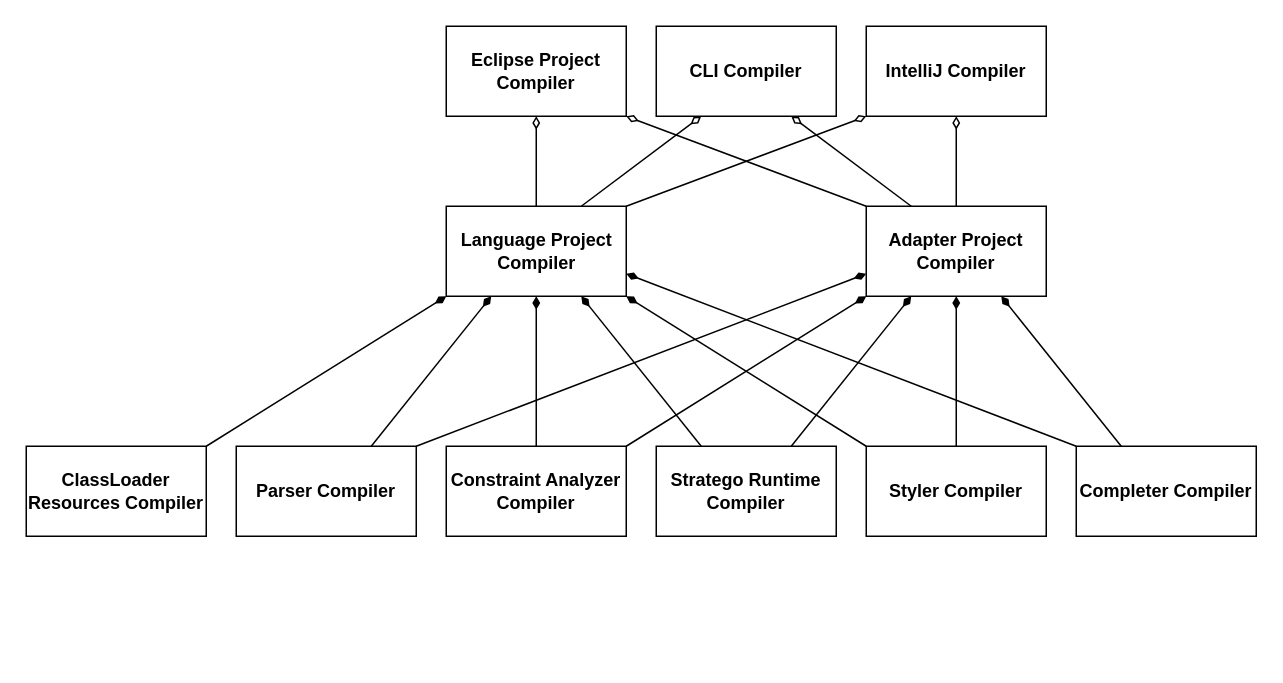
The draw.io diagram page "Compiler Architecture" (6 of 6) of Spoofax3 Diagrams.drawio in AZWN/Spoofax-pie-diagrams, before the edit. Source tidied: cells renumbered, new cells numbered last; positions are measured from the earlier drawing's top-left corner, leaving out a move shared by most shapes. Both pictures are drawn from the tidied source at 150%, with x=0, y=0 at pixel (26, 26).
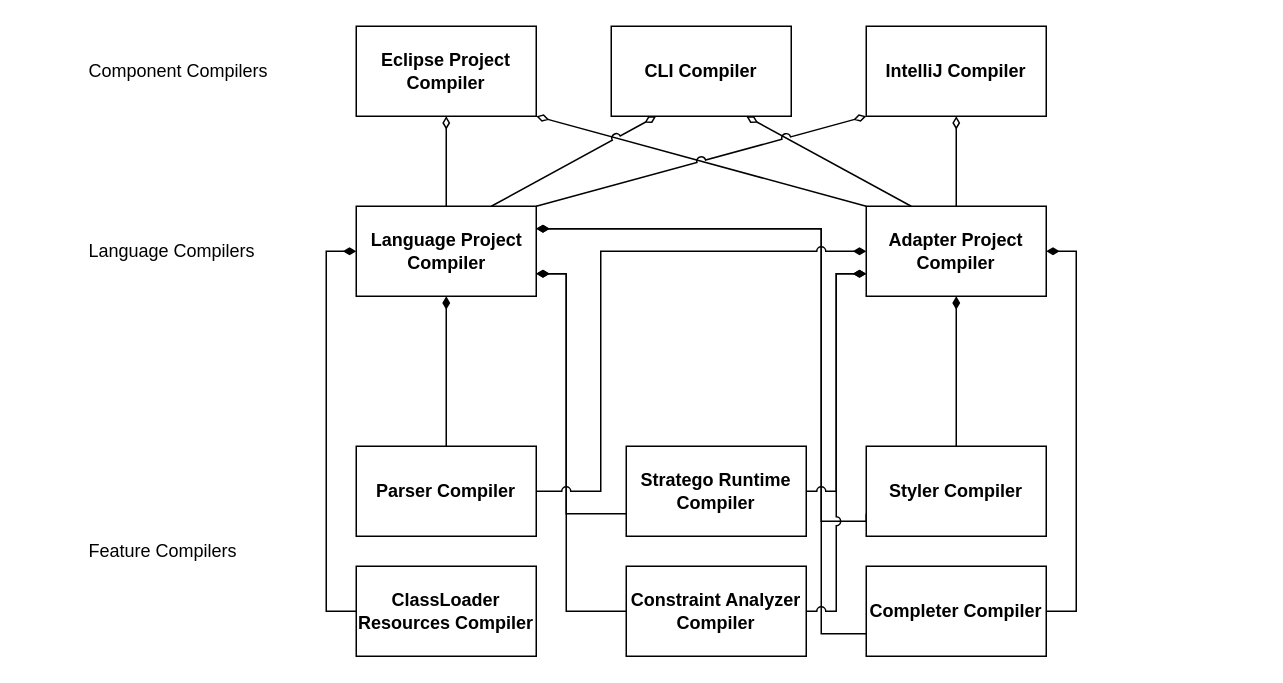
The same page after the edit.

Commit message:
Add compilers diagram

Unchanged cells that the change refers to:
```xml
<mxCell id="5" value="&lt;b&gt;Adapter Project Compiler&lt;/b&gt;" style="rounded=0;whiteSpace=wrap;html=1;" parent="1" vertex="1">
  <mxGeometry x="560" y="120" width="120" height="60" as="geometry" />
</mxCell>
<mxCell id="8" value="&lt;b&gt;Styler Compiler&lt;/b&gt;" style="rounded=0;whiteSpace=wrap;html=1;" parent="1" vertex="1">
  <mxGeometry x="560" y="280" width="120" height="60" as="geometry" />
</mxCell>
<mxCell id="29" value="&lt;b&gt;IntelliJ Compiler&lt;br&gt;&lt;/b&gt;" style="rounded=0;whiteSpace=wrap;html=1;" parent="1" vertex="1">
  <mxGeometry x="560" width="120" height="60" as="geometry" />
</mxCell>
```

What changed in the source:
```diff
@@
+    <mxCell id="13" style="edgeStyle=orthogonalEdgeStyle;rounded=0;jumpStyle=arc;jettySize=auto;html=1;exitX=0;exitY=0.75;exitDx=0;exitDy=0;entryX=1;entryY=0.25;entryDx=0;entryDy=0;endArrow=diamondThin;endFill=1;" parent="1" edge="1" source="14" target="24">
+      <mxGeometry relative="1" as="geometry">
+        <Array as="points">
+          <mxPoint x="530" y="405" />
+          <mxPoint x="530" y="135" />
+        </Array>
+      </mxGeometry>
+    </mxCell>
+    <mxCell id="7" style="edgeStyle=orthogonalEdgeStyle;rounded=0;jumpStyle=arc;jettySize=auto;html=1;exitX=0;exitY=0.75;exitDx=0;exitDy=0;entryX=1;entryY=0.25;entryDx=0;entryDy=0;endArrow=diamondThin;endFill=1;" parent="1" edge="1" source="8" target="24">
+      <mxGeometry relative="1" as="geometry">
+        <Array as="points">
+          <mxPoint x="560" y="330" />
+          <mxPoint x="530" y="330" />
+          <mxPoint x="530" y="135" />
+        </Array>
+      </mxGeometry>
+    </mxCell>
@@
-    <mxCell id="4" style="edgeStyle=none;rounded=0;jumpStyle=none;jettySize=auto;html=1;exitX=0;exitY=0;exitDx=0;exitDy=0;entryX=1;entryY=1;entryDx=0;entryDy=0;endArrow=diamondThin;endFill=0;" parent="1" edge="1" source="5" target="28">
+    <mxCell id="4" style="edgeStyle=none;rounded=0;jumpStyle=gap;jettySize=auto;html=1;exitX=0;exitY=0;exitDx=0;exitDy=0;entryX=1;entryY=1;entryDx=0;entryDy=0;endArrow=diamondThin;endFill=0;" parent="1" edge="1" source="5" target="28">
       <mxGeometry relative="1" as="geometry" />
     </mxCell>
@@
-    <mxCell id="6" style="rounded=0;jettySize=auto;html=1;exitX=0.5;exitY=0;exitDx=0;exitDy=0;entryX=0.5;entryY=1;entryDx=0;entryDy=0;endArrow=diamondThin;endFill=1;" parent="1" edge="1" source="8" target="5">
+    <mxCell id="6" style="edgeStyle=orthogonalEdgeStyle;rounded=0;jumpStyle=none;jettySize=auto;html=1;exitX=0.5;exitY=0;exitDx=0;exitDy=0;entryX=0.5;entryY=1;entryDx=0;entryDy=0;endArrow=diamondThin;endFill=1;" parent="1" edge="1" source="8" target="5">
       <mxGeometry relative="1" as="geometry" />
     </mxCell>
-    <mxCell id="7" style="edgeStyle=none;rounded=0;jettySize=auto;html=1;exitX=0;exitY=0;exitDx=0;exitDy=0;endArrow=diamondThin;endFill=1;entryX=1;entryY=1;entryDx=0;entryDy=0;" parent="1" edge="1" source="8" target="24">
-      <mxGeometry relative="1" as="geometry" />
-    </mxCell>
@@
-    <mxCell id="9" style="rounded=0;jettySize=auto;html=1;exitX=0.75;exitY=0;exitDx=0;exitDy=0;entryX=0.25;entryY=1;entryDx=0;entryDy=0;endArrow=diamondThin;endFill=1;" parent="1" edge="1" source="11" target="5">
+    <mxCell id="9" style="edgeStyle=orthogonalEdgeStyle;rounded=0;jumpStyle=arc;jettySize=auto;html=1;exitX=1;exitY=0.5;exitDx=0;exitDy=0;entryX=0;entryY=0.75;entryDx=0;entryDy=0;endArrow=diamondThin;endFill=1;" parent="1" edge="1" source="11" target="5">
       <mxGeometry relative="1" as="geometry" />
     </mxCell>
-    <mxCell id="10" style="edgeStyle=none;rounded=0;jettySize=auto;html=1;exitX=0.25;exitY=0;exitDx=0;exitDy=0;entryX=0.75;entryY=1;entryDx=0;entryDy=0;endArrow=diamondThin;endFill=1;" parent="1" edge="1" source="11" target="24">
-      <mxGeometry relative="1" as="geometry" />
+    <mxCell id="10" style="edgeStyle=orthogonalEdgeStyle;rounded=0;jumpStyle=arc;jettySize=auto;html=1;exitX=0;exitY=0.75;exitDx=0;exitDy=0;entryX=1;entryY=0.75;entryDx=0;entryDy=0;endArrow=diamondThin;endFill=1;" parent="1" edge="1" source="11" target="24">
+      <mxGeometry relative="1" as="geometry">
+        <Array as="points">
+          <mxPoint x="360" y="325" />
+          <mxPoint x="360" y="165" />
+        </Array>
+      </mxGeometry>
     </mxCell>
     <mxCell id="11" value="&lt;b&gt;Stratego Runtime Compiler&lt;/b&gt;" style="rounded=0;whiteSpace=wrap;html=1;" parent="1" vertex="1">
-      <mxGeometry x="420" y="280" width="120" height="60" as="geometry" />
+      <mxGeometry x="400" y="280" width="120" height="60" as="geometry" />
     </mxCell>
-    <mxCell id="12" style="rounded=0;jettySize=auto;html=1;exitX=0.25;exitY=0;exitDx=0;exitDy=0;entryX=0.75;entryY=1;entryDx=0;entryDy=0;endArrow=diamondThin;endFill=1;" parent="1" edge="1" source="14" target="5">
+    <mxCell id="12" style="edgeStyle=orthogonalEdgeStyle;rounded=0;jumpStyle=none;jettySize=auto;html=1;exitX=1;exitY=0.5;exitDx=0;exitDy=0;entryX=1;entryY=0.5;entryDx=0;entryDy=0;endArrow=diamondThin;endFill=1;" parent="1" edge="1" source="14" target="5">
       <mxGeometry relative="1" as="geometry" />
     </mxCell>
-    <mxCell id="13" style="edgeStyle=none;rounded=0;jettySize=auto;html=1;exitX=0;exitY=0;exitDx=0;exitDy=0;entryX=1;entryY=0.75;entryDx=0;entryDy=0;endArrow=diamondThin;endFill=1;" parent="1" edge="1" source="14" target="24">
-      <mxGeometry relative="1" as="geometry" />
-    </mxCell>
     <mxCell id="14" value="&lt;b&gt;Completer Compiler&lt;/b&gt;" style="rounded=0;whiteSpace=wrap;html=1;" parent="1" vertex="1">
-      <mxGeometry x="700" y="280" width="120" height="60" as="geometry" />
+      <mxGeometry x="560" y="360" width="120" height="60" as="geometry" />
     </mxCell>
-    <mxCell id="15" style="rounded=0;jettySize=auto;html=1;exitX=1;exitY=0;exitDx=0;exitDy=0;entryX=0;entryY=1;entryDx=0;entryDy=0;endArrow=diamondThin;endFill=1;" parent="1" edge="1" source="17" target="5">
+    <mxCell id="15" style="edgeStyle=orthogonalEdgeStyle;rounded=0;jumpStyle=arc;jettySize=auto;html=1;exitX=1;exitY=0.5;exitDx=0;exitDy=0;entryX=0;entryY=0.75;entryDx=0;entryDy=0;endArrow=diamondThin;endFill=1;" parent="1" edge="1" source="17" target="5">
       <mxGeometry relative="1" as="geometry" />
     </mxCell>
-    <mxCell id="16" style="edgeStyle=none;rounded=0;jettySize=auto;html=1;exitX=0.5;exitY=0;exitDx=0;exitDy=0;entryX=0.5;entryY=1;entryDx=0;entryDy=0;endArrow=diamondThin;endFill=1;jumpStyle=gap;" parent="1" edge="1" source="17" target="24">
-      <mxGeometry relative="1" as="geometry" />
+    <mxCell id="16" style="edgeStyle=orthogonalEdgeStyle;rounded=0;jumpStyle=none;jettySize=auto;html=1;exitX=0;exitY=0.5;exitDx=0;exitDy=0;entryX=1;entryY=0.75;entryDx=0;entryDy=0;endArrow=diamondThin;endFill=1;" parent="1" edge="1" source="17" target="24">
+      <mxGeometry relative="1" as="geometry">
+        <Array as="points">
+          <mxPoint x="360" y="390" />
+          <mxPoint x="360" y="165" />
+        </Array>
+      </mxGeometry>
     </mxCell>
     <mxCell id="17" value="&lt;b&gt;Constraint Analyzer Compiler&lt;/b&gt;" style="rounded=0;whiteSpace=wrap;html=1;" parent="1" vertex="1">
-      <mxGeometry x="280" y="280" width="120" height="60" as="geometry" />
+      <mxGeometry x="400" y="360" width="120" height="60" as="geometry" />
     </mxCell>
-    <mxCell id="18" style="rounded=0;jettySize=auto;html=1;exitX=1;exitY=0;exitDx=0;exitDy=0;entryX=0;entryY=0.75;entryDx=0;entryDy=0;endArrow=diamondThin;endFill=1;" parent="1" edge="1" source="20" target="5">
-      <mxGeometry relative="1" as="geometry" />
+    <mxCell id="18" style="edgeStyle=orthogonalEdgeStyle;rounded=0;jumpStyle=arc;jettySize=auto;html=1;exitX=1;exitY=0.5;exitDx=0;exitDy=0;entryX=0;entryY=0.5;entryDx=0;entryDy=0;endArrow=diamondThin;endFill=1;" parent="1" edge="1" source="20" target="5">
+      <mxGeometry relative="1" as="geometry">
+        <Array as="points">
+          <mxPoint x="383" y="310" />
+          <mxPoint x="383" y="150" />
+        </Array>
+      </mxGeometry>
     </mxCell>
-    <mxCell id="19" style="edgeStyle=none;rounded=0;jettySize=auto;html=1;exitX=0.75;exitY=0;exitDx=0;exitDy=0;entryX=0.25;entryY=1;entryDx=0;entryDy=0;endArrow=diamondThin;endFill=1;" parent="1" edge="1" source="20" target="24">
+    <mxCell id="19" style="edgeStyle=orthogonalEdgeStyle;rounded=0;jumpStyle=none;jettySize=auto;html=1;exitX=0.5;exitY=0;exitDx=0;exitDy=0;entryX=0.5;entryY=1;entryDx=0;entryDy=0;endArrow=diamondThin;endFill=1;" parent="1" edge="1" source="20" target="24">
       <mxGeometry relative="1" as="geometry" />
     </mxCell>
     <mxCell id="20" value="&lt;div&gt;&lt;b&gt;Parser Compiler&lt;/b&gt;&lt;/div&gt;" style="rounded=0;whiteSpace=wrap;html=1;" parent="1" vertex="1">
-      <mxGeometry x="140" y="280" width="120" height="60" as="geometry" />
+      <mxGeometry x="220" y="280" width="120" height="60" as="geometry" />
     </mxCell>
@@
-    <mxCell id="22" style="edgeStyle=none;rounded=0;jumpStyle=none;jettySize=auto;html=1;exitX=0.75;exitY=0;exitDx=0;exitDy=0;entryX=0.25;entryY=1;entryDx=0;entryDy=0;endArrow=diamondThin;endFill=0;" parent="1" edge="1" source="24" target="27">
+    <mxCell id="22" style="edgeStyle=none;rounded=0;jumpStyle=arc;jettySize=auto;html=1;exitX=0.75;exitY=0;exitDx=0;exitDy=0;entryX=0.25;entryY=1;entryDx=0;entryDy=0;endArrow=diamondThin;endFill=0;" parent="1" edge="1" source="24" target="27">
       <mxGeometry relative="1" as="geometry" />
     </mxCell>
-    <mxCell id="23" style="edgeStyle=none;rounded=0;jumpStyle=none;jettySize=auto;html=1;exitX=1;exitY=0;exitDx=0;exitDy=0;entryX=0;entryY=1;entryDx=0;entryDy=0;endArrow=diamondThin;endFill=0;" parent="1" edge="1" source="24" target="29">
+    <mxCell id="23" style="edgeStyle=none;rounded=0;jumpStyle=arc;jettySize=auto;html=1;exitX=1;exitY=0;exitDx=0;exitDy=0;entryX=0;entryY=1;entryDx=0;entryDy=0;endArrow=diamondThin;endFill=0;" parent="1" edge="1" source="24" target="29">
       <mxGeometry relative="1" as="geometry" />
     </mxCell>
     <mxCell id="24" value="&lt;b&gt;Language Project&lt;/b&gt;&lt;b&gt;&lt;br&gt;Compiler&lt;/b&gt;" style="html=1;" parent="1" vertex="1">
-      <mxGeometry x="280" y="120" width="120" height="60" as="geometry" />
+      <mxGeometry x="220" y="120" width="120" height="60" as="geometry" />
     </mxCell>
-    <mxCell id="25" style="edgeStyle=none;rounded=0;jumpStyle=gap;jettySize=auto;html=1;exitX=1;exitY=0;exitDx=0;exitDy=0;entryX=0;entryY=1;entryDx=0;entryDy=0;endArrow=diamondThin;endFill=1;" parent="1" edge="1" source="26" target="24">
+    <mxCell id="25" style="edgeStyle=orthogonalEdgeStyle;rounded=0;jumpStyle=none;jettySize=auto;html=1;exitX=0;exitY=0.5;exitDx=0;exitDy=0;entryX=0;entryY=0.5;entryDx=0;entryDy=0;endArrow=diamondThin;endFill=1;" parent="1" edge="1" source="26" target="24">
       <mxGeometry relative="1" as="geometry" />
     </mxCell>
     <mxCell id="26" value="&lt;b&gt;ClassLoader Resources Compiler&lt;br&gt;&lt;/b&gt;" style="rounded=0;whiteSpace=wrap;html=1;" parent="1" vertex="1">
-      <mxGeometry y="280" width="120" height="60" as="geometry" />
+      <mxGeometry x="220" y="360" width="120" height="60" as="geometry" />
     </mxCell>
     <mxCell id="27" value="CLI Compiler" style="rounded=0;whiteSpace=wrap;html=1;fontStyle=1;" parent="1" vertex="1">
-      <mxGeometry x="420" width="120" height="60" as="geometry" />
+      <mxGeometry x="390" width="120" height="60" as="geometry" />
     </mxCell>
     <mxCell id="28" value="&lt;b&gt;Eclipse Project Compiler&lt;br&gt;&lt;/b&gt;" style="rounded=0;whiteSpace=wrap;html=1;" parent="1" vertex="1">
-      <mxGeometry x="280" width="120" height="60" as="geometry" />
+      <mxGeometry x="220" width="120" height="60" as="geometry" />
     </mxCell>
@@
+    <mxCell id="30" value="&lt;div align=&quot;left&quot;&gt;Component Compilers&lt;/div&gt;" style="text;html=1;strokeColor=none;fillColor=none;align=left;verticalAlign=middle;whiteSpace=wrap;rounded=0;" parent="1" vertex="1">
+      <mxGeometry x="40" y="20" width="130" height="20" as="geometry" />
+    </mxCell>
+    <mxCell id="31" value="&lt;div align=&quot;left&quot;&gt;Language Compilers&lt;/div&gt;" style="text;html=1;strokeColor=none;fillColor=none;align=left;verticalAlign=middle;whiteSpace=wrap;rounded=0;" parent="1" vertex="1">
+      <mxGeometry x="40" y="140" width="130" height="20" as="geometry" />
+    </mxCell>
+    <mxCell id="32" value="&lt;div align=&quot;left&quot;&gt;Feature Compilers&lt;/div&gt;" style="text;html=1;strokeColor=none;fillColor=none;align=left;verticalAlign=middle;whiteSpace=wrap;rounded=0;" parent="1" vertex="1">
+      <mxGeometry x="40" y="330" width="130" height="40" as="geometry" />
+    </mxCell>
```
